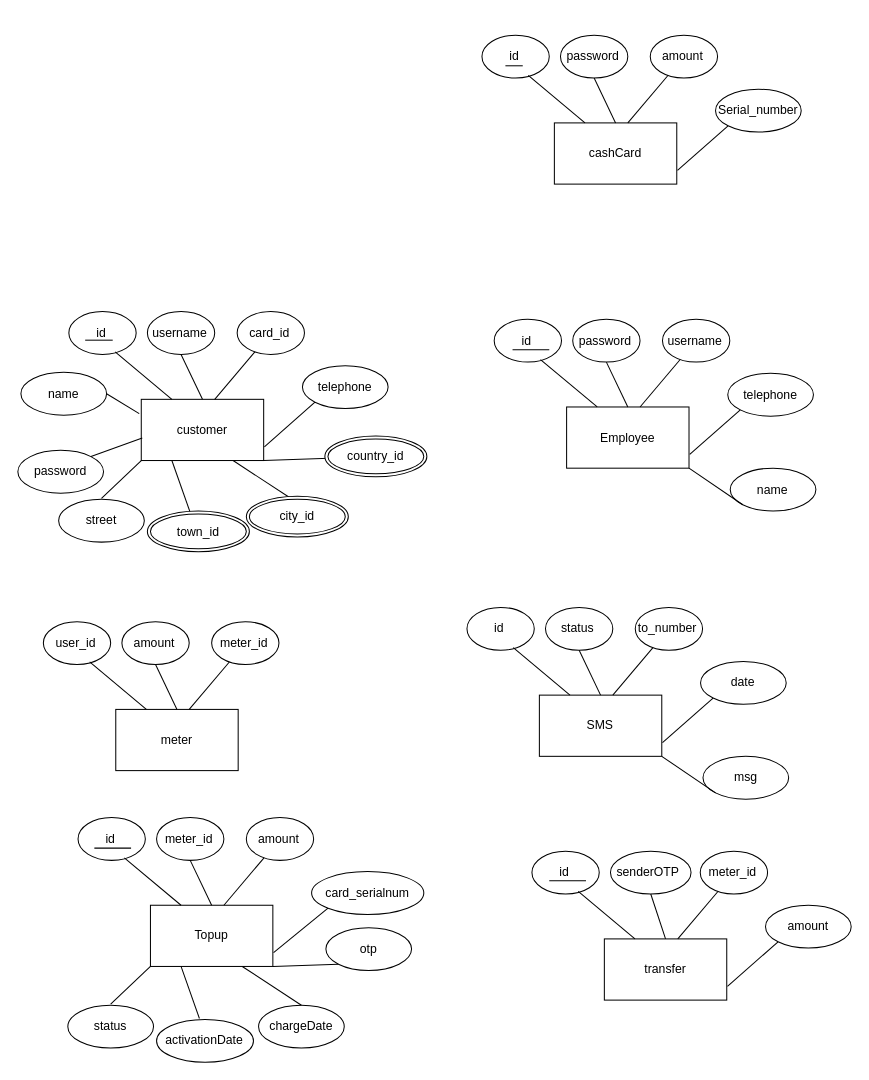
Above: Untitled Diagram (2).drawio in shamaabuhassan/Charts (draw.io), before the change. Source tidied: cells renumbered, new cells numbered last; positions are measured from the earlier drawing's top-left corner, leaving out a move shared by most shapes. Both pictures are drawn from the tidied source at 102%, with x=0, y=0 at pixel (17, 35).
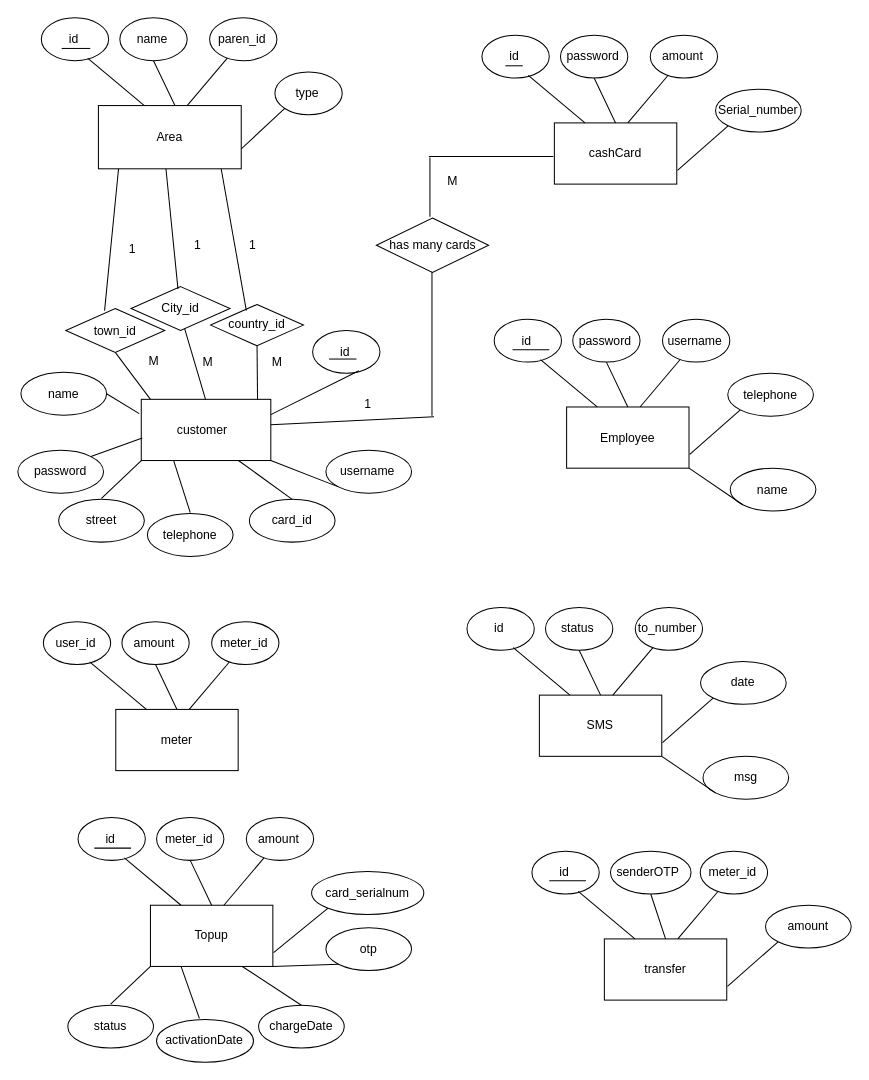
The same page after the edit.

The edit, as a diff of the source:
```diff
@@
+    <mxCell id="135" style="ellipse;whiteSpace=wrap;html=1;" parent="1" vertex="1">
+      <mxGeometry x="23" y="-17" width="66" height="42" as="geometry" />
+    </mxCell>
+    <mxCell id="136" value="id" style="text;html=1;strokeColor=none;fillColor=none;align=center;verticalAlign=middle;whiteSpace=wrap;rounded=0;fontStyle=0;" parent="1" vertex="1">
+      <mxGeometry x="35" y="-6" width="40" height="20" as="geometry" />
+    </mxCell>
+    <mxCell id="137" style="ellipse;whiteSpace=wrap;html=1;" parent="1" vertex="1">
+      <mxGeometry x="100" y="-17" width="66" height="42" as="geometry" />
+    </mxCell>
+    <mxCell id="138" value="name" style="text;html=1;strokeColor=none;fillColor=none;align=center;verticalAlign=middle;whiteSpace=wrap;rounded=0;" parent="1" vertex="1">
+      <mxGeometry x="112" y="-6" width="40" height="20" as="geometry" />
+    </mxCell>
+    <mxCell id="139" style="ellipse;whiteSpace=wrap;html=1;" parent="1" vertex="1">
+      <mxGeometry x="188" y="-17" width="66" height="42" as="geometry" />
+    </mxCell>
+    <mxCell id="140" value="paren_id" style="text;html=1;strokeColor=none;fillColor=none;align=center;verticalAlign=middle;whiteSpace=wrap;rounded=0;" parent="1" vertex="1">
+      <mxGeometry x="200" y="-6" width="40" height="20" as="geometry" />
+    </mxCell>
+    <mxCell id="141" style="ellipse;whiteSpace=wrap;html=1;" parent="1" vertex="1">
+      <mxGeometry x="252" y="36" width="66" height="42" as="geometry" />
+    </mxCell>
+    <mxCell id="142" value="type" style="text;html=1;strokeColor=none;fillColor=none;align=center;verticalAlign=middle;whiteSpace=wrap;rounded=0;" parent="1" vertex="1">
+      <mxGeometry x="264" y="47" width="40" height="20" as="geometry" />
+    </mxCell>
+    <mxCell id="143" style="endArrow=none;html=1;" parent="1" edge="1" target="139">
+      <mxGeometry relative="1" as="geometry">
+        <mxPoint x="166" y="69" as="sourcePoint" />
+      </mxGeometry>
+    </mxCell>
+    <mxCell id="144" style="endArrow=none;html=1;entryX=0;entryY=1;entryDx=0;entryDy=0;" parent="1" edge="1" target="141">
+      <mxGeometry relative="1" as="geometry">
+        <mxPoint x="214.7" y="115.5" as="sourcePoint" />
+      </mxGeometry>
+    </mxCell>
+    <mxCell id="145" style="endArrow=none;html=1;exitX=0.5;exitY=0;exitDx=0;exitDy=0;entryX=0.5;entryY=1;entryDx=0;entryDy=0;" parent="1" edge="1" target="137">
+      <mxGeometry relative="1" as="geometry">
+        <mxPoint x="154" y="69" as="sourcePoint" />
+      </mxGeometry>
+    </mxCell>
+    <mxCell id="146" style="endArrow=none;html=1;exitX=0.25;exitY=0;exitDx=0;exitDy=0;" parent="1" edge="1">
+      <mxGeometry relative="1" as="geometry">
+        <mxPoint x="124" y="69" as="sourcePoint" />
+        <mxPoint x="68.4" y="22.5" as="targetPoint" />
+      </mxGeometry>
+    </mxCell>
@@
     <mxCell id="16" style="rounded=0;whiteSpace=wrap;html=1;" parent="1" vertex="1">
-      <mxGeometry x="121" y="357" width="120" height="60" as="geometry" />
+      <mxGeometry x="121" y="357" width="127" height="60" as="geometry" />
     </mxCell>
@@
-    <mxCell id="18" style="ellipse;whiteSpace=wrap;html=1;" parent="1" vertex="1">
-      <mxGeometry x="50" y="271" width="66" height="42" as="geometry" />
-    </mxCell>
-    <mxCell id="19" value="id" style="text;html=1;strokeColor=none;fillColor=none;align=center;verticalAlign=middle;whiteSpace=wrap;rounded=0;" parent="1" vertex="1">
-      <mxGeometry x="62" y="282" width="40" height="20" as="geometry" />
-    </mxCell>
-    <mxCell id="20" style="ellipse;whiteSpace=wrap;html=1;" parent="1" vertex="1">
-      <mxGeometry x="127" y="271" width="66" height="42" as="geometry" />
-    </mxCell>
+    <mxCell id="147" style="ellipse;whiteSpace=wrap;html=1;" parent="1" vertex="1">
+      <mxGeometry x="302" y="407" width="84" height="42" as="geometry" />
+    </mxCell>
     <mxCell id="21" value="username" style="text;html=1;strokeColor=none;fillColor=none;align=center;verticalAlign=middle;whiteSpace=wrap;rounded=0;" parent="1" vertex="1">
-      <mxGeometry x="139" y="282" width="40" height="20" as="geometry" />
+      <mxGeometry x="323" y="418" width="40" height="20" as="geometry" />
     </mxCell>
-    <mxCell id="22" style="ellipse;whiteSpace=wrap;html=1;" parent="1" vertex="1">
-      <mxGeometry x="215" y="271" width="66" height="42" as="geometry" />
-    </mxCell>
+    <mxCell id="30" style="endArrow=none;html=1;entryX=0;entryY=1;entryDx=0;entryDy=0;exitX=1;exitY=1;exitDx=0;exitDy=0;" parent="1" edge="1" source="16" target="147">
+      <mxGeometry relative="1" as="geometry" />
+    </mxCell>
+    <mxCell id="148" style="ellipse;whiteSpace=wrap;html=1;" parent="1" vertex="1">
+      <mxGeometry x="227" y="455" width="84" height="42" as="geometry" />
+    </mxCell>
     <mxCell id="23" value="card_id" style="text;html=1;strokeColor=none;fillColor=none;align=center;verticalAlign=middle;whiteSpace=wrap;rounded=0;" parent="1" vertex="1">
-      <mxGeometry x="227" y="282" width="40" height="20" as="geometry" />
+      <mxGeometry x="249" y="466" width="40" height="20" as="geometry" />
     </mxCell>
-    <mxCell id="24" style="ellipse;whiteSpace=wrap;html=1;" parent="1" vertex="1">
-      <mxGeometry x="279" y="324" width="84" height="42" as="geometry" />
-    </mxCell>
+    <mxCell id="31" style="endArrow=none;html=1;entryX=0.5;entryY=0;entryDx=0;entryDy=0;exitX=0.75;exitY=1;exitDx=0;exitDy=0;" parent="1" edge="1" source="16" target="148">
+      <mxGeometry relative="1" as="geometry" />
+    </mxCell>
+    <mxCell id="149" style="ellipse;whiteSpace=wrap;html=1;" parent="1" vertex="1">
+      <mxGeometry x="127" y="469" width="84" height="42" as="geometry" />
+    </mxCell>
     <mxCell id="25" value="telephone" style="text;html=1;strokeColor=none;fillColor=none;align=center;verticalAlign=middle;whiteSpace=wrap;rounded=0;" parent="1" vertex="1">
-      <mxGeometry x="301" y="335" width="40" height="20" as="geometry" />
+      <mxGeometry x="149" y="480" width="40" height="20" as="geometry" />
     </mxCell>
-    <mxCell id="26" style="endArrow=none;html=1;" parent="1" edge="1" target="22">
-      <mxGeometry relative="1" as="geometry">
-        <mxPoint x="193" y="357" as="sourcePoint" />
-      </mxGeometry>
-    </mxCell>
-    <mxCell id="27" style="endArrow=none;html=1;entryX=0;entryY=1;entryDx=0;entryDy=0;" parent="1" edge="1" target="24">
-      <mxGeometry relative="1" as="geometry">
-        <mxPoint x="241.7" y="403.5" as="sourcePoint" />
-      </mxGeometry>
-    </mxCell>
-    <mxCell id="28" style="endArrow=none;html=1;exitX=0.5;exitY=0;exitDx=0;exitDy=0;entryX=0.5;entryY=1;entryDx=0;entryDy=0;" parent="1" edge="1" source="16" target="20">
-      <mxGeometry relative="1" as="geometry" />
-    </mxCell>
-    <mxCell id="29" style="endArrow=none;html=1;exitX=0.25;exitY=0;exitDx=0;exitDy=0;" parent="1" edge="1" source="16">
-      <mxGeometry relative="1" as="geometry">
-        <mxPoint x="95.4" y="310.5" as="targetPoint" />
-      </mxGeometry>
-    </mxCell>
-    <mxCell id="30" style="endArrow=none;html=1;entryX=0;entryY=1;entryDx=0;entryDy=0;exitX=1;exitY=1;exitDx=0;exitDy=0;" parent="1" edge="1" source="16">
-      <mxGeometry relative="1" as="geometry">
-        <mxPoint x="305.3" y="414.8" as="targetPoint" />
-      </mxGeometry>
-    </mxCell>
-    <mxCell id="31" style="endArrow=none;html=1;entryX=0.5;entryY=0;entryDx=0;entryDy=0;exitX=0.75;exitY=1;exitDx=0;exitDy=0;" parent="1" edge="1" source="16">
-      <mxGeometry relative="1" as="geometry">
-        <mxPoint x="269" y="455" as="targetPoint" />
-      </mxGeometry>
-    </mxCell>
@@
-    <mxCell id="128" style="endArrow=none;html=1;" parent="1" edge="1">
-      <mxGeometry relative="1" as="geometry">
-        <mxPoint x="66" y="299" as="sourcePoint" />
-        <mxPoint x="93" y="299" as="targetPoint" />
-      </mxGeometry>
-    </mxCell>
@@
+    <mxCell id="150" style="endArrow=none;html=1;" parent="1" edge="1">
+      <mxGeometry relative="1" as="geometry">
+        <mxPoint x="43" y="13" as="sourcePoint" />
+        <mxPoint x="71" y="13" as="targetPoint" />
+      </mxGeometry>
+    </mxCell>
+    <mxCell id="151" style="endArrow=none;html=1;rounded=0;entryX=0.496;entryY=0;entryDx=0;entryDy=0;entryPerimeter=0;" parent="1" edge="1" target="16">
+      <mxGeometry relative="1" as="geometry">
+        <mxPoint x="163" y="286" as="sourcePoint" />
+      </mxGeometry>
+    </mxCell>
+    <mxCell id="152" value="City_id" style="shape=rhombus;perimeter=rhombusPerimeter;whiteSpace=wrap;html=1;align=center;" parent="1" vertex="1">
+      <mxGeometry x="111" y="246.5" width="97" height="43" as="geometry" />
+    </mxCell>
+    <mxCell id="153" style="endArrow=none;html=1;rounded=0;entryX=0.5;entryY=0;entryDx=0;entryDy=0;exitX=0.5;exitY=1;exitDx=0;exitDy=0;" parent="1" edge="1">
+      <mxGeometry relative="1" as="geometry">
+        <mxPoint x="145" y="129" as="sourcePoint" />
+        <mxPoint x="157" y="249" as="targetPoint" />
+      </mxGeometry>
+    </mxCell>
+    <mxCell id="154" value="M" style="text;html=1;align=center;verticalAlign=middle;" parent="1" vertex="1">
+      <mxGeometry x="176" y="312" width="20" height="18" as="geometry" />
+    </mxCell>
+    <mxCell id="155" value="1" style="text;html=1;align=center;verticalAlign=middle;" parent="1" vertex="1">
+      <mxGeometry x="167" y="197" width="17" height="18" as="geometry" />
+    </mxCell>
+    <mxCell id="156" style="endArrow=none;html=1;rounded=0;entryX=0.5;entryY=0;entryDx=0;entryDy=0;exitX=0.5;exitY=1;exitDx=0;exitDy=0;" parent="1" edge="1" source="132">
+      <mxGeometry relative="1" as="geometry">
+        <mxPoint x="235" y="357" as="targetPoint" />
+      </mxGeometry>
+    </mxCell>
-    <mxCell id="132" value="country_id" style="ellipse;shape=doubleEllipse;margin=3;whiteSpace=wrap;html=1;align=center;" parent="1" vertex="1">
-      <mxGeometry x="301" y="393" width="100" height="40" as="geometry" />
+    <mxCell id="132" value="country_id" style="shape=rhombus;perimeter=rhombusPerimeter;whiteSpace=wrap;html=1;align=center;" parent="1" vertex="1">
+      <mxGeometry x="189" y="264" width="91" height="40.5" as="geometry" />
     </mxCell>
+    <mxCell id="157" style="endArrow=none;html=1;rounded=0;entryX=0.385;entryY=0.148;entryDx=0;entryDy=0;exitX=0.5;exitY=1;exitDx=0;exitDy=0;entryPerimeter=0;" parent="1" edge="1" target="132">
+      <mxGeometry relative="1" as="geometry">
+        <mxPoint x="199" y="129" as="sourcePoint" />
+      </mxGeometry>
+    </mxCell>
+    <mxCell id="158" value="M" style="text;html=1;align=center;verticalAlign=middle;" parent="1" vertex="1">
+      <mxGeometry x="244" y="312" width="20" height="18" as="geometry" />
+    </mxCell>
+    <mxCell id="159" value="1" style="text;html=1;align=center;verticalAlign=middle;" parent="1" vertex="1">
+      <mxGeometry x="221" y="197" width="17" height="18" as="geometry" />
+    </mxCell>
+    <mxCell id="160" style="ellipse;whiteSpace=wrap;html=1;" parent="1" vertex="1">
+      <mxGeometry x="289" y="289.5" width="66" height="42" as="geometry" />
+    </mxCell>
+    <mxCell id="19" value="id" style="text;html=1;strokeColor=none;fillColor=none;align=center;verticalAlign=middle;whiteSpace=wrap;rounded=0;" parent="1" vertex="1">
+      <mxGeometry x="301" y="300.5" width="40" height="20" as="geometry" />
+    </mxCell>
+    <mxCell id="161" style="endArrow=none;html=1;exitX=1;exitY=0.25;exitDx=0;exitDy=0;" parent="1" edge="1" source="16">
+      <mxGeometry relative="1" as="geometry">
+        <mxPoint x="334.4" y="329" as="targetPoint" />
+      </mxGeometry>
+    </mxCell>
+    <mxCell id="162" style="endArrow=none;html=1;" parent="1" edge="1">
+      <mxGeometry relative="1" as="geometry">
+        <mxPoint x="305" y="317.5" as="sourcePoint" />
+        <mxPoint x="332" y="317.5" as="targetPoint" />
+      </mxGeometry>
+    </mxCell>
+    <mxCell id="163" style="endArrow=none;html=1;rounded=0;entryX=0.433;entryY=0.017;entryDx=0;entryDy=0;entryPerimeter=0;exitX=0.5;exitY=1;exitDx=0;exitDy=0;" parent="1" edge="1" source="133">
+      <mxGeometry relative="1" as="geometry">
+        <mxPoint x="130" y="357" as="targetPoint" />
+      </mxGeometry>
+    </mxCell>
-    <mxCell id="133" value="town_id" style="ellipse;shape=doubleEllipse;margin=3;whiteSpace=wrap;html=1;align=center;" parent="1" vertex="1">
-      <mxGeometry x="127" y="466.5" width="100" height="40" as="geometry" />
+    <mxCell id="133" value="town_id" style="shape=rhombus;perimeter=rhombusPerimeter;whiteSpace=wrap;html=1;align=center;" parent="1" vertex="1">
+      <mxGeometry x="47" y="268" width="97" height="43" as="geometry" />
     </mxCell>
-    <mxCell id="134" value="city_id" style="ellipse;shape=doubleEllipse;margin=3;whiteSpace=wrap;html=1;align=center;" parent="1" vertex="1">
-      <mxGeometry x="224" y="452" width="100" height="40" as="geometry" />
-    </mxCell>
+    <mxCell id="164" style="endArrow=none;html=1;rounded=0;entryX=0.392;entryY=0.047;entryDx=0;entryDy=0;exitX=0.5;exitY=1;exitDx=0;exitDy=0;entryPerimeter=0;" parent="1" edge="1" target="133">
+      <mxGeometry relative="1" as="geometry">
+        <mxPoint x="99" y="128" as="sourcePoint" />
+      </mxGeometry>
+    </mxCell>
+    <mxCell id="165" value="M" style="text;html=1;align=center;verticalAlign=middle;" parent="1" vertex="1">
+      <mxGeometry x="123" y="311" width="20" height="18" as="geometry" />
+    </mxCell>
+    <mxCell id="166" value="1" style="text;html=1;align=center;verticalAlign=middle;" parent="1" vertex="1">
+      <mxGeometry x="103" y="201" width="17" height="18" as="geometry" />
+    </mxCell>
+    <mxCell id="167" value="Area" style="whiteSpace=wrap;html=1;align=center;" parent="1" vertex="1">
+      <mxGeometry x="79" y="69" width="140" height="62" as="geometry" />
+    </mxCell>
+    <mxCell id="168" style="endArrow=none;html=1;rounded=0;" parent="1" edge="1">
+      <mxGeometry relative="1" as="geometry">
+        <mxPoint x="248" y="382" as="sourcePoint" />
+        <mxPoint x="408" y="374" as="targetPoint" />
+      </mxGeometry>
+    </mxCell>
+    <mxCell id="169" value="1" style="text;html=1;align=center;verticalAlign=middle;" parent="1" vertex="1">
+      <mxGeometry x="334.5" y="353" width="17" height="18" as="geometry" />
+    </mxCell>
+    <mxCell id="170" style="endArrow=none;html=1;rounded=0;" parent="1" edge="1">
+      <mxGeometry relative="1" as="geometry">
+        <mxPoint x="406" y="373" as="sourcePoint" />
+        <mxPoint x="406" y="215" as="targetPoint" />
+      </mxGeometry>
+    </mxCell>
+    <mxCell id="171" value="has many cards" style="shape=rhombus;perimeter=rhombusPerimeter;whiteSpace=wrap;html=1;align=center;" parent="1" vertex="1">
+      <mxGeometry x="351.5" y="179.2" width="110" height="53.5" as="geometry" />
+    </mxCell>
+    <mxCell id="172" style="endArrow=none;html=1;rounded=0;" parent="1" edge="1">
+      <mxGeometry relative="1" as="geometry">
+        <mxPoint x="404" y="178" as="sourcePoint" />
+        <mxPoint x="404" y="120" as="targetPoint" />
+      </mxGeometry>
+    </mxCell>
+    <mxCell id="173" style="endArrow=none;html=1;rounded=0;" parent="1" edge="1">
+      <mxGeometry relative="1" as="geometry">
+        <mxPoint x="403" y="119" as="sourcePoint" />
+        <mxPoint x="525" y="119" as="targetPoint" />
+      </mxGeometry>
+    </mxCell>
+    <mxCell id="174" value="M" style="text;html=1;align=center;verticalAlign=middle;" parent="1" vertex="1">
+      <mxGeometry x="416" y="134" width="20" height="18" as="geometry" />
+    </mxCell>
```
